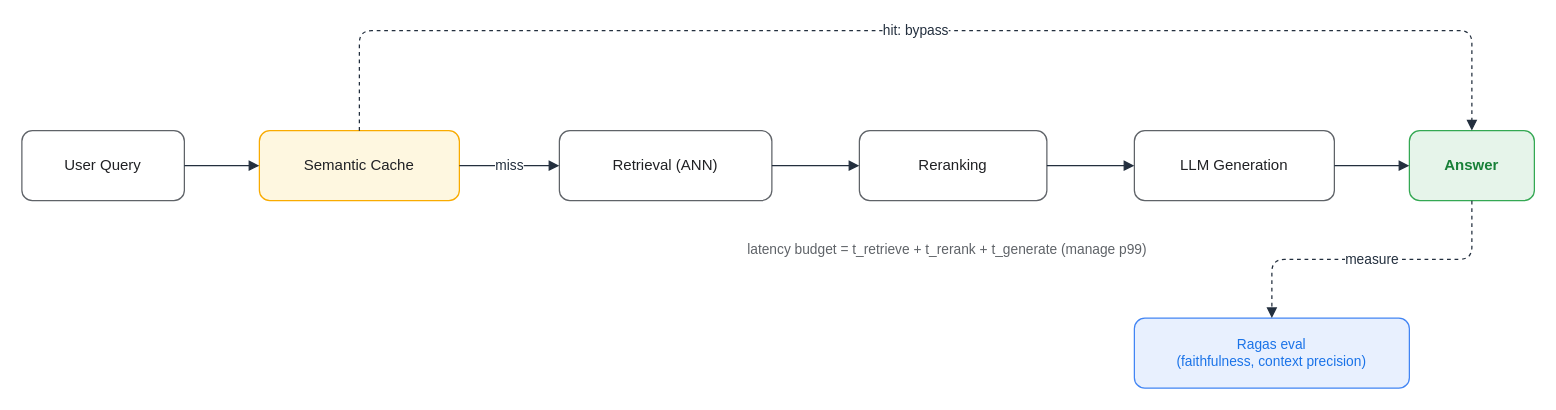
The draw.io diagram assets/img/ai/rag-06-latency-eval.drawio in KKamJi98/kkamji98.github.io, before the edit. Source tidied: cells renumbered, new cells numbered last; positions are measured from the earlier drawing's top-left corner, leaving out a move shared by most shapes. Both pictures are drawn from the tidied source at 125%, with x=0, y=0 at pixel (21, 30).
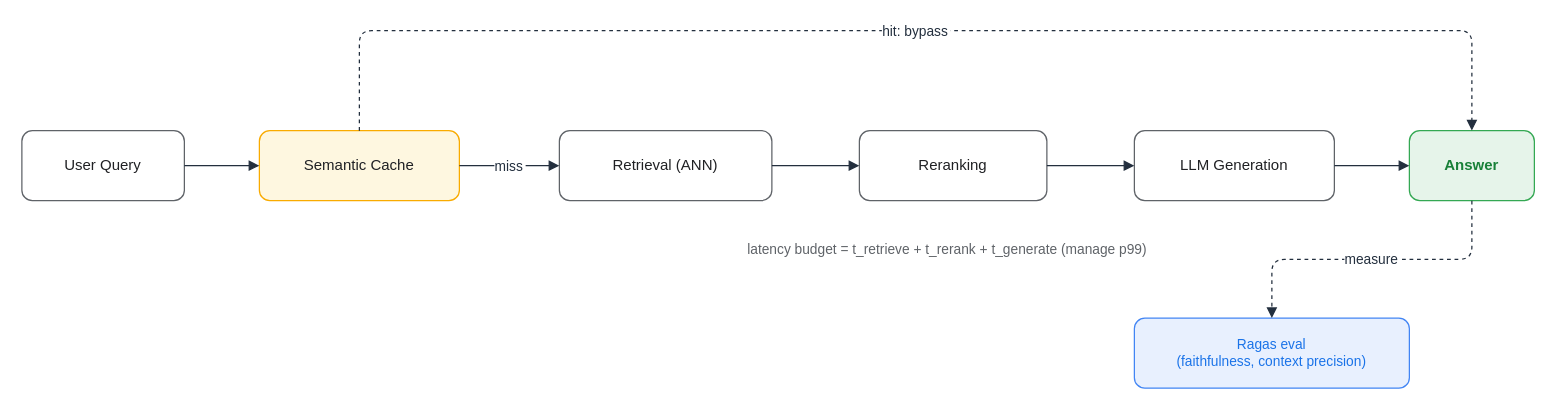
The same page after the edit.

Change to the diagram source:
```diff
@@
 <mxGraphModel>
   <root>
     <mxCell id="0" />
     <mxCell id="1" parent="0" />
     <mxCell id="2" value="User Query" style="rounded=1;whiteSpace=wrap;html=1;fillColor=#FFFFFF;strokeColor=#5F6368;shadow=0;fontSize=12;fontColor=#202124;" parent="1" vertex="1">
       <mxGeometry y="80" width="130" height="56" as="geometry" />
     </mxCell>
     <mxCell id="3" value="Semantic Cache" style="rounded=1;whiteSpace=wrap;html=1;fillColor=#FEF7E0;strokeColor=#F9AB00;shadow=0;fontSize=12;fontColor=#202124;" parent="1" vertex="1">
       <mxGeometry x="190" y="80" width="160" height="56" as="geometry" />
     </mxCell>
     <mxCell id="4" value="Retrieval (ANN)" style="rounded=1;whiteSpace=wrap;html=1;fillColor=#FFFFFF;strokeColor=#5F6368;shadow=0;fontSize=12;fontColor=#202124;" parent="1" vertex="1">
       <mxGeometry x="430" y="80" width="170" height="56" as="geometry" />
     </mxCell>
     <mxCell id="5" value="Reranking" style="rounded=1;whiteSpace=wrap;html=1;fillColor=#FFFFFF;strokeColor=#5F6368;shadow=0;fontSize=12;fontColor=#202124;" parent="1" vertex="1">
       <mxGeometry x="670" y="80" width="150" height="56" as="geometry" />
     </mxCell>
     <mxCell id="6" value="LLM Generation" style="rounded=1;whiteSpace=wrap;html=1;fillColor=#FFFFFF;strokeColor=#5F6368;shadow=0;fontSize=12;fontColor=#202124;" parent="1" vertex="1">
       <mxGeometry x="890" y="80" width="160" height="56" as="geometry" />
     </mxCell>
     <mxCell id="7" value="Answer" style="rounded=1;whiteSpace=wrap;html=1;fillColor=#E6F4EA;strokeColor=#34A853;shadow=0;fontSize=12;fontColor=#188038;fontStyle=1;" parent="1" vertex="1">
       <mxGeometry x="1110" y="80" width="100" height="56" as="geometry" />
     </mxCell>
     <mxCell id="8" value="Ragas eval&#10;(faithfulness, context precision)" style="rounded=1;whiteSpace=wrap;html=1;fillColor=#E8F0FE;strokeColor=#4285F4;shadow=0;fontSize=11;fontColor=#1A73E8;" parent="1" vertex="1">
       <mxGeometry x="890" y="230" width="220" height="56" as="geometry" />
     </mxCell>
     <mxCell id="9" value="latency budget = t_retrieve + t_rerank + t_generate  (manage p99)" style="text;html=1;align=center;fontSize=11;fontColor=#5F6368;" parent="1" vertex="1">
       <mxGeometry x="430" y="162" width="620" height="24" as="geometry" />
     </mxCell>
     <mxCell id="10" style="edgeStyle=orthogonalEdgeStyle;rounded=1;html=1;endArrow=block;strokeColor=#232F3E;fontColor=#232F3E;" parent="1" edge="1" source="2" target="3">
       <mxGeometry relative="1" as="geometry" />
     </mxCell>
-    <mxCell id="11" value="miss" style="edgeStyle=orthogonalEdgeStyle;rounded=1;html=1;endArrow=block;strokeColor=#232F3E;fontColor=#232F3E;fontSize=11;labelBackgroundColor=#FFFFFF;" parent="1" edge="1" source="3" target="4">
+    <mxCell id="11" value="miss" style="edgeStyle=orthogonalEdgeStyle;rounded=1;html=0;endArrow=block;strokeColor=#232F3E;fontColor=#232F3E;fontSize=11;labelBackgroundColor=#FFFFFF;" parent="1" edge="1" source="3" target="4">
       <mxGeometry relative="1" as="geometry" />
     </mxCell>
     <mxCell id="12" style="edgeStyle=orthogonalEdgeStyle;rounded=1;html=1;endArrow=block;strokeColor=#232F3E;fontColor=#232F3E;" parent="1" edge="1" source="4" target="5">
       <mxGeometry relative="1" as="geometry" />
     </mxCell>
     <mxCell id="13" style="edgeStyle=orthogonalEdgeStyle;rounded=1;html=1;endArrow=block;strokeColor=#232F3E;fontColor=#232F3E;" parent="1" edge="1" source="5" target="6">
       <mxGeometry relative="1" as="geometry" />
     </mxCell>
     <mxCell id="14" style="edgeStyle=orthogonalEdgeStyle;rounded=1;html=1;endArrow=block;strokeColor=#232F3E;fontColor=#232F3E;" parent="1" edge="1" source="6" target="7">
       <mxGeometry relative="1" as="geometry" />
     </mxCell>
-    <mxCell id="15" value="hit: bypass" style="edgeStyle=orthogonalEdgeStyle;rounded=1;html=1;endArrow=block;dashed=1;strokeColor=#232F3E;fontColor=#232F3E;fontSize=11;labelBackgroundColor=#FFFFFF;" parent="1" edge="1" source="3" target="7">
+    <mxCell id="15" value="hit: bypass" style="edgeStyle=orthogonalEdgeStyle;rounded=1;html=0;endArrow=block;dashed=1;strokeColor=#232F3E;fontColor=#232F3E;fontSize=11;labelBackgroundColor=#FFFFFF;" parent="1" edge="1" source="3" target="7">
       <mxGeometry relative="1" as="geometry">
         <Array as="points">
           <mxPoint x="270" />
           <mxPoint x="1160" />
         </Array>
       </mxGeometry>
     </mxCell>
-    <mxCell id="16" value="measure" style="edgeStyle=orthogonalEdgeStyle;rounded=1;html=1;endArrow=block;dashed=1;strokeColor=#232F3E;fontColor=#232F3E;fontSize=11;labelBackgroundColor=#FFFFFF;" parent="1" edge="1" source="7" target="8">
+    <mxCell id="16" value="measure" style="edgeStyle=orthogonalEdgeStyle;rounded=1;html=0;endArrow=block;dashed=1;strokeColor=#232F3E;fontColor=#232F3E;fontSize=11;labelBackgroundColor=#FFFFFF;" parent="1" edge="1" source="7" target="8">
       <mxGeometry relative="1" as="geometry" />
     </mxCell>
   </root>
 </mxGraphModel>
```
